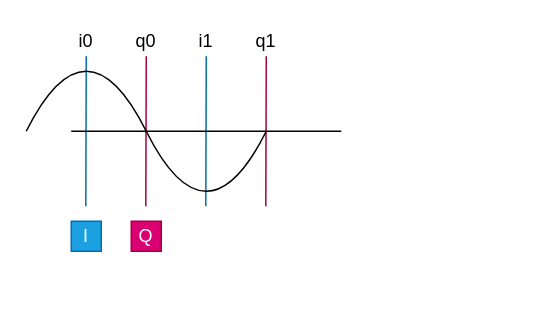
Earlier version of the draw.io diagram figures/iq_1.drawio (perlindgren/iq-sample). Source tidied: cells renumbered, new cells numbered last; positions are measured from the earlier drawing's top-left corner, leaving out a move shared by most shapes. Both pictures are drawn from the tidied source at 150%, with x=0, y=0 at pixel (26, 10).
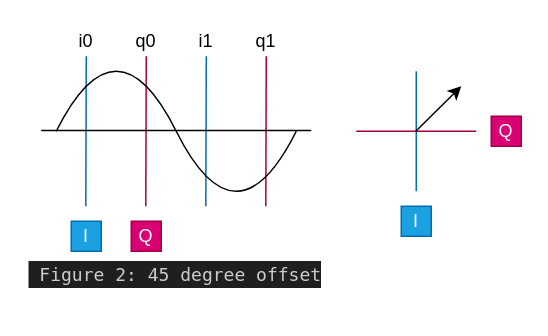
The same diagram, later.

The edit, as a diff of the source:
```diff
@@
     <mxCell id="8" style="curved=1;endArrow=none;html=1;rounded=0;endFill=0;" parent="1" edge="1">
       <mxGeometry relative="1" as="geometry">
-        <mxPoint y="80" as="sourcePoint" />
-        <mxPoint x="160" y="80" as="targetPoint" />
+        <mxPoint x="20" y="80" as="sourcePoint" />
+        <mxPoint x="180" y="80" as="targetPoint" />
         <Array as="points">
-          <mxPoint x="40" />
-          <mxPoint x="120" y="160" />
+          <mxPoint x="60" />
+          <mxPoint x="140" y="160" />
         </Array>
       </mxGeometry>
     </mxCell>
@@
     <mxCell id="13" style="endArrow=none;html=1;rounded=0;" parent="1" edge="1">
       <mxGeometry relative="1" as="geometry">
-        <mxPoint x="30" y="80" as="sourcePoint" />
-        <mxPoint x="210" y="80" as="targetPoint" />
+        <mxPoint x="10" y="79.5" as="sourcePoint" />
+        <mxPoint x="190" y="79.5" as="targetPoint" />
       </mxGeometry>
     </mxCell>
+    <mxCell id="14" style="endArrow=none;html=1;rounded=0;fillColor=#1ba1e2;strokeColor=#006EAF;" parent="1" edge="1">
+      <mxGeometry relative="1" as="geometry">
+        <mxPoint x="260" y="120" as="sourcePoint" />
+        <mxPoint x="260" y="40" as="targetPoint" />
+      </mxGeometry>
+    </mxCell>
+    <mxCell id="15" value="Q" style="text;html=1;align=center;verticalAlign=middle;whiteSpace=wrap;rounded=0;fillColor=#d80073;fontColor=#ffffff;strokeColor=#A50040;" parent="1" vertex="1">
+      <mxGeometry x="310" y="70" width="20" height="20" as="geometry" />
+    </mxCell>
+    <mxCell id="16" style="endArrow=none;html=1;rounded=0;fillColor=#d80073;strokeColor=#A50040;" parent="1" edge="1">
+      <mxGeometry relative="1" as="geometry">
+        <mxPoint x="220" y="80" as="sourcePoint" />
+        <mxPoint x="300" y="80" as="targetPoint" />
+      </mxGeometry>
+    </mxCell>
+    <mxCell id="17" value="I" style="text;html=1;align=center;verticalAlign=middle;whiteSpace=wrap;rounded=0;fillColor=#1ba1e2;fontColor=#ffffff;strokeColor=#006EAF;" parent="1" vertex="1">
+      <mxGeometry x="250" y="130" width="20" height="20" as="geometry" />
+    </mxCell>
+    <mxCell id="18" style="endArrow=classic;html=1;rounded=0;" parent="1" edge="1">
+      <mxGeometry relative="1" as="geometry">
+        <mxPoint x="259.7" y="80" as="sourcePoint" />
+        <mxPoint x="290" y="50" as="targetPoint" />
+      </mxGeometry>
+    </mxCell>
+    <mxCell id="19" value="&lt;div style=&quot;color: rgb(204, 204, 204); background-color: rgb(31, 31, 31); font-family: Menlo, Monaco, &amp;quot;Courier New&amp;quot;, monospace; font-weight: normal; font-size: 12px; line-height: 18px; white-space: pre;&quot;&gt;&lt;div&gt;&lt;span style=&quot;color: rgb(204, 204, 204);&quot;&gt; Figure 2: 45 degree offset&lt;/span&gt;&lt;/div&gt;&lt;/div&gt;" style="text;whiteSpace=wrap;html=1;" parent="1" vertex="1">
+      <mxGeometry y="160" width="210" height="40" as="geometry" />
+    </mxCell>
```
